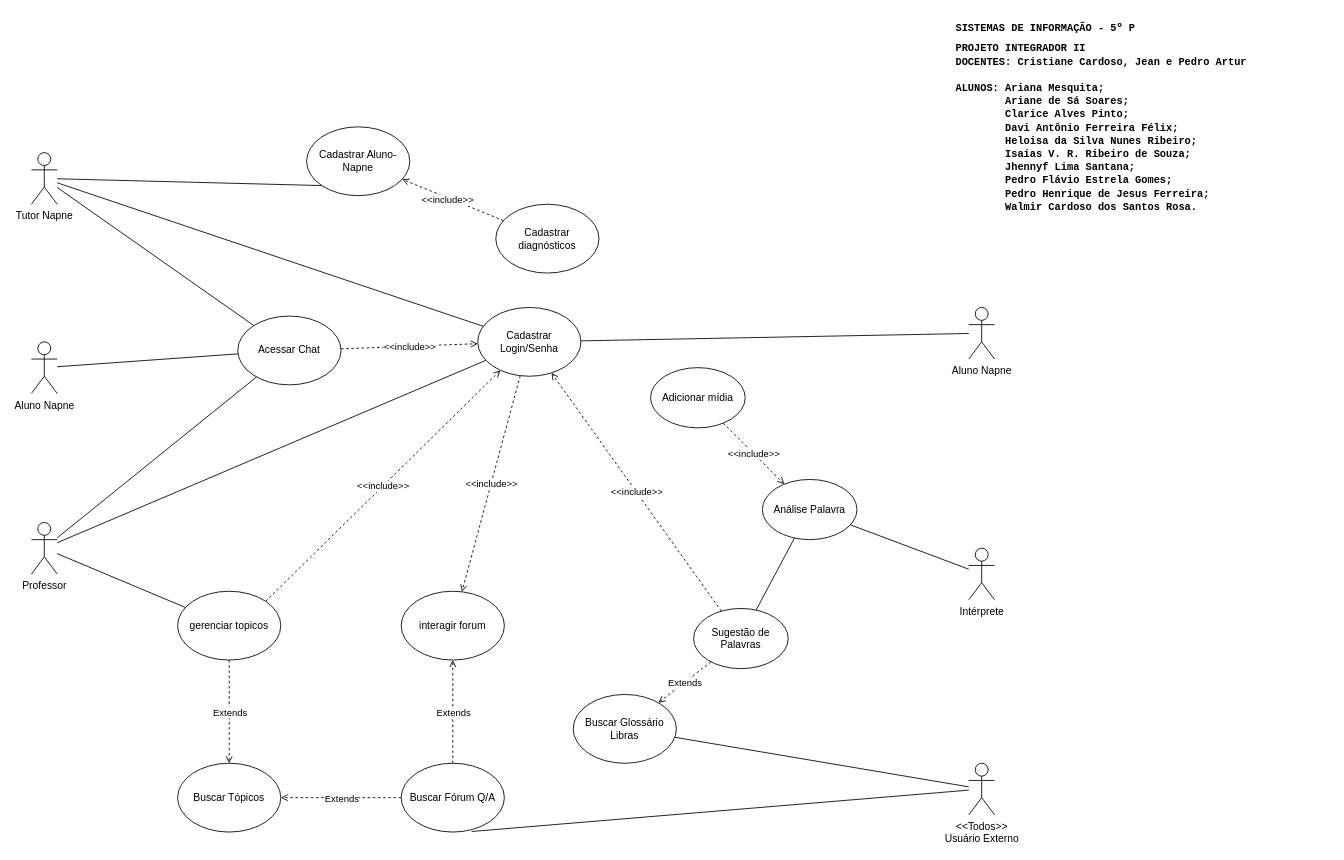
Above: Casos_Uso.drawio in arianamesquita/IFCoders (draw.io), before the change. Source tidied: cells renumbered, new cells numbered last; positions are measured from the earlier drawing's top-left corner, leaving out a move shared by most shapes. Both pictures are drawn from the tidied source at 86%, with x=0, y=0 at pixel (31, 23).
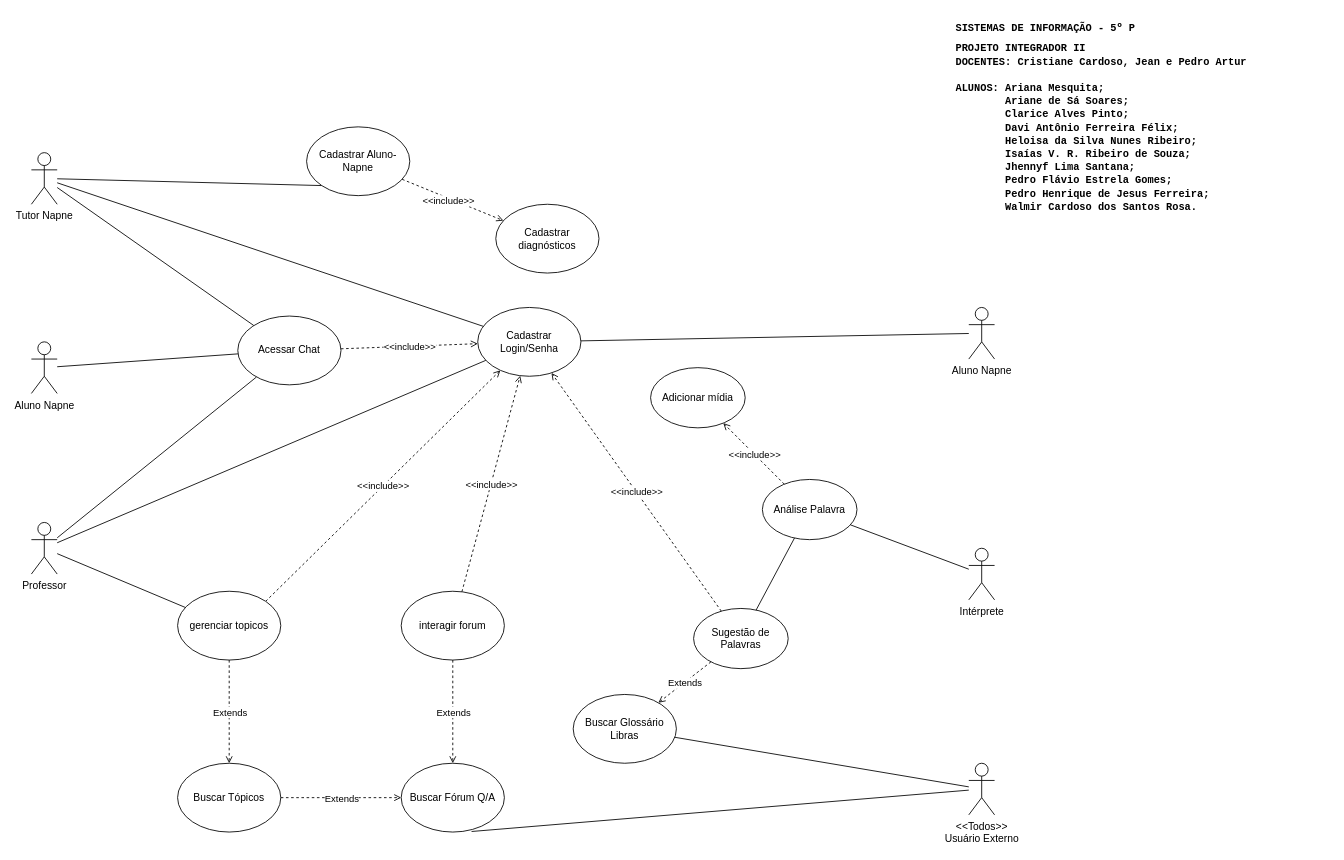
The same page after the edit.

Unchanged cells that the change refers to:
```xml
<mxCell id="17" value="Cadastrar diagnósticos" style="ellipse;whiteSpace=wrap;html=1;" parent="1" vertex="1">
  <mxGeometry x="540" y="210" width="120" height="80" as="geometry" />
</mxCell>
<mxCell id="18" value="Cadastrar Aluno-Napne" style="ellipse;whiteSpace=wrap;html=1;" parent="1" vertex="1">
  <mxGeometry x="320" y="120" width="120" height="80" as="geometry" />
</mxCell>
<mxCell id="21" value="Cadastrar Login/Senha" style="ellipse;whiteSpace=wrap;html=1;" parent="1" vertex="1">
  <mxGeometry x="519" y="330" width="120" height="80" as="geometry" />
</mxCell>
<mxCell id="30" value="Adicionar mídia" style="ellipse;whiteSpace=wrap;html=1;" parent="1" vertex="1">
  <mxGeometry x="720" y="400" width="110" height="70" as="geometry" />
</mxCell>
<mxCell id="31" value="Análise Palavra" style="ellipse;whiteSpace=wrap;html=1;" parent="1" vertex="1">
  <mxGeometry x="850" y="530" width="110" height="70" as="geometry" />
</mxCell>
<mxCell id="35" value="interagir forum" style="ellipse;whiteSpace=wrap;html=1;" parent="1" vertex="1">
  <mxGeometry x="430" y="660" width="120" height="80" as="geometry" />
</mxCell>
<mxCell id="37" value="Buscar Fórum Q/A" style="ellipse;whiteSpace=wrap;html=1;" parent="1" vertex="1">
  <mxGeometry x="430" y="860" width="120" height="80" as="geometry" />
</mxCell>
<mxCell id="40" value="Buscar Tópicos" style="ellipse;whiteSpace=wrap;html=1;" parent="1" vertex="1">
  <mxGeometry x="170" y="860" width="120" height="80" as="geometry" />
</mxCell>
```

What changed in the source:
```diff
@@
-    <mxCell id="19" style="endArrow=open;html=1;rounded=0;exitDx=0;exitDy=0;entryDx=0;entryDy=0;dashed=1;endFill=0;" parent="1" edge="1" source="17" target="18">
+    <mxCell id="19" style="endArrow=open;html=1;rounded=0;dashed=1;endFill=0;" parent="1" edge="1" source="18" target="17">
       <mxGeometry relative="1" as="geometry" />
     </mxCell>
@@
-    <mxCell id="28" style="endArrow=open;html=1;rounded=0;dashed=1;endFill=0;" parent="1" edge="1" source="21" target="35">
+    <mxCell id="28" style="endArrow=open;html=1;rounded=0;dashed=1;endFill=0;" parent="1" edge="1" source="35" target="21">
       <mxGeometry relative="1" as="geometry" />
     </mxCell>
@@
-    <mxCell id="32" style="endArrow=open;html=1;rounded=0;dashed=1;endFill=0;entryDx=0;entryDy=0;exitDx=0;exitDy=0;exitPerimeter=0;" parent="1" edge="1" source="30" target="31">
+    <mxCell id="32" style="endArrow=open;html=1;rounded=0;dashed=1;endFill=0;" parent="1" edge="1" source="31" target="30">
       <mxGeometry relative="1" as="geometry" />
     </mxCell>
@@
-    <mxCell id="38" style="endArrow=open;html=1;rounded=0;dashed=1;endFill=0;" parent="1" edge="1" source="37" target="35">
+    <mxCell id="38" style="endArrow=open;html=1;rounded=0;dashed=1;endFill=0;" parent="1" edge="1" source="35" target="37">
       <mxGeometry relative="1" as="geometry" />
     </mxCell>
@@
-    <mxCell id="43" style="endArrow=open;html=1;rounded=0;dashed=1;endFill=0;" parent="1" edge="1" source="37" target="40">
+    <mxCell id="43" style="endArrow=open;html=1;rounded=0;dashed=1;endFill=0;" parent="1" edge="1" source="40" target="37">
       <mxGeometry relative="1" as="geometry" />
     </mxCell>
```
